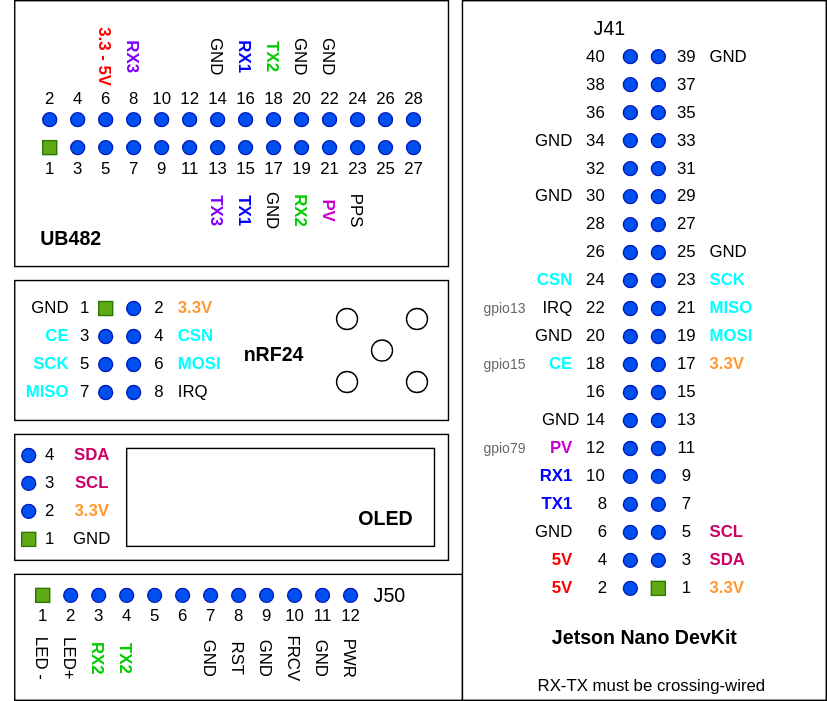
Earlier version of the draw.io export docs/design/rover-wiring.drawio.svg (mfkiwl/lidar-mapping-poc). Source tidied: cells renumbered, new cells last; positions are measured from the earlier drawing's top-left corner, leaving out a move shared by most shapes.
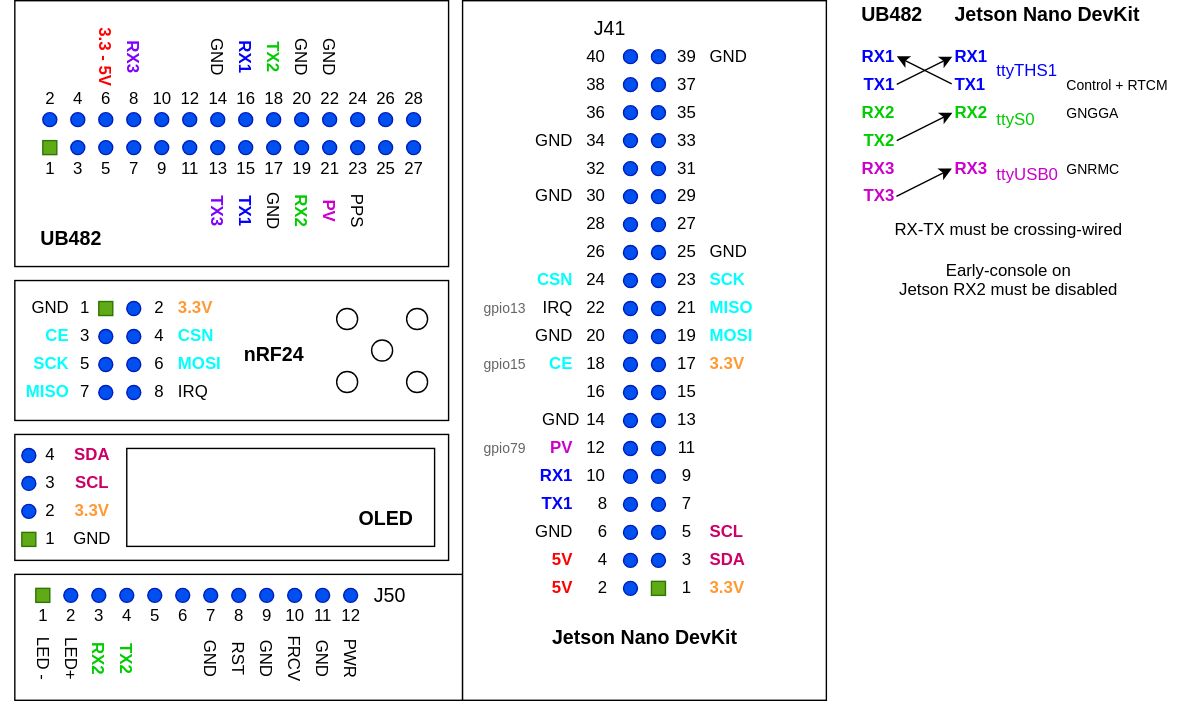
Later version of the same file.

What changed in the source:
```diff
@@ -794,8 +794,77 @@
     <mxCell id="265" value="GND" style="text;html=1;align=left;verticalAlign=middle;strokeColor=none;" parent="1" vertex="1">
       <mxGeometry x="505" y="30" width="40" height="20" as="geometry" />
     </mxCell>
-    <mxCell id="266" value="RX-TX must be crossing-wired" style="text;html=1;align=center;verticalAlign=middle;strokeColor=none;" parent="1" vertex="1">
-      <mxGeometry x="375" y="480" width="180" height="20" as="geometry" />
+    <mxCell id="266" value="RX-TX must be crossing-wired&lt;br&gt;&lt;br&gt;Early-console on &lt;br&gt;Jetson RX2 must be disabled" style="text;html=1;align=center;verticalAlign=middle;strokeColor=none;" parent="1" vertex="1">
+      <mxGeometry x="630" y="155" width="180" height="60" as="geometry" />
     </mxCell>
+    <mxCell id="267" value="RX1" style="text;html=1;align=right;verticalAlign=middle;points=[];strokeColor=none;fontColor=#0000FF;fontStyle=1;" parent="1" vertex="1">
+      <mxGeometry x="600" y="30" width="40" height="20" as="geometry" />
+    </mxCell>
+    <mxCell id="268" value="TX1" style="text;html=1;align=right;verticalAlign=middle;points=[];strokeColor=none;fontColor=#0000FF;fontStyle=1;" parent="1" vertex="1">
+      <mxGeometry x="600" y="50" width="40" height="20" as="geometry" />
+    </mxCell>
+    <mxCell id="269" value="RX1" style="text;html=1;align=left;verticalAlign=middle;points=[];strokeColor=none;fontColor=#0000FF;fontStyle=1;" parent="1" vertex="1">
+      <mxGeometry x="680" y="30" width="40" height="20" as="geometry" />
+    </mxCell>
+    <mxCell id="270" value="TX1" style="text;html=1;align=left;verticalAlign=middle;points=[];strokeColor=none;fontColor=#0000FF;fontStyle=1;" parent="1" vertex="1">
+      <mxGeometry x="680" y="50" width="40" height="20" as="geometry" />
+    </mxCell>
+    <mxCell id="271" value="RX2" style="text;html=1;align=right;verticalAlign=middle;strokeColor=none;fontStyle=1;fontColor=#00CC00;" parent="1" vertex="1">
+      <mxGeometry x="600" y="70" width="40" height="20" as="geometry" />
+    </mxCell>
+    <mxCell id="272" value="TX2" style="text;html=1;align=right;verticalAlign=middle;strokeColor=none;fontStyle=1;fontColor=#00CC00;" parent="1" vertex="1">
+      <mxGeometry x="600" y="90" width="40" height="20" as="geometry" />
+    </mxCell>
+    <mxCell id="273" value="RX3" style="text;html=1;align=right;verticalAlign=middle;strokeColor=none;fontStyle=1;fontColor=#CC00CC;" parent="1" vertex="1">
+      <mxGeometry x="600" y="110" width="40" height="20" as="geometry" />
+    </mxCell>
+    <mxCell id="274" value="TX3" style="text;html=1;align=right;verticalAlign=middle;points=[];strokeColor=none;fontStyle=1;fontColor=#CC00CC;" parent="1" vertex="1">
+      <mxGeometry x="600" y="130" width="40" height="20" as="geometry" />
+    </mxCell>
+    <mxCell id="275" value="RX3" style="text;html=1;align=left;verticalAlign=middle;points=[];strokeColor=none;fontStyle=1;fontColor=#CC00CC;" parent="1" vertex="1">
+      <mxGeometry x="680" y="110" width="40" height="20" as="geometry" />
+    </mxCell>
+    <mxCell id="276" value="ttyUSB0" style="text;html=1;align=left;verticalAlign=middle;strokeColor=none;fontStyle=0;fontColor=#CC00CC;" parent="1" vertex="1">
+      <mxGeometry x="710" y="115" width="60" height="20" as="geometry" />
+    </mxCell>
+    <mxCell id="277" value="ttyS0" style="text;html=1;align=left;verticalAlign=middle;strokeColor=none;fontStyle=0;fontColor=#00CC00;" parent="1" vertex="1">
+      <mxGeometry x="710" y="75" width="40" height="20" as="geometry" />
+    </mxCell>
+    <mxCell id="278" value="ttyTHS1" style="text;html=1;align=left;verticalAlign=middle;strokeColor=none;fontColor=#0000FF;fontStyle=0;" parent="1" vertex="1">
+      <mxGeometry x="710" y="40" width="60" height="20" as="geometry" />
+    </mxCell>
+    <mxCell id="279" value="UB482" style="text;html=1;align=right;verticalAlign=middle;strokeColor=none;fontStyle=1;fontSize=14;" parent="1" vertex="1">
+      <mxGeometry x="600" width="60" height="20" as="geometry" />
+    </mxCell>
+    <mxCell id="280" value="Jetson Nano DevKit" style="text;html=1;align=left;verticalAlign=middle;strokeColor=none;fontSize=14;fontStyle=1;rotation=0;" parent="1" vertex="1">
+      <mxGeometry x="680" width="150" height="20" as="geometry" />
+    </mxCell>
+    <mxCell id="281" style="endArrow=none;html=1;fontColor=#CC00CC;entryX=-0.011;entryY=0.471;entryDx=0;entryDy=0;entryPerimeter=0;startArrow=classic;startFill=1;exitX=1.008;exitY=0.488;exitDx=0;exitDy=0;exitPerimeter=0;" parent="1" edge="1" source="267" target="270">
+      <mxGeometry relative="1" as="geometry" />
+    </mxCell>
+    <mxCell id="282" style="endArrow=classic;html=1;fontColor=#CC00CC;exitX=1.008;exitY=0.494;exitDx=0;exitDy=0;exitPerimeter=0;entryX=0;entryY=0.499;entryDx=0;entryDy=0;entryPerimeter=0;endFill=1;" parent="1" edge="1" source="268" target="269">
+      <mxGeometry relative="1" as="geometry" />
+    </mxCell>
+    <mxCell id="283" style="endArrow=classic;html=1;fontColor=#CC00CC;exitX=1.002;exitY=0.488;exitDx=0;exitDy=0;exitPerimeter=0;entryX=-0.009;entryY=0.499;entryDx=0;entryDy=0;entryPerimeter=0;endFill=1;" parent="1" edge="1" source="274" target="275">
+      <mxGeometry relative="1" as="geometry" />
+    </mxCell>
+    <mxCell id="284" value="GNGGA" style="text;html=1;align=left;verticalAlign=middle;strokeColor=none;fontSize=10;" parent="1" vertex="1">
+      <mxGeometry x="760" y="70" width="50" height="20" as="geometry" />
+    </mxCell>
+    <mxCell id="285" value="GNRMC" style="text;html=1;align=left;verticalAlign=middle;strokeColor=none;fontSize=10;" parent="1" vertex="1">
+      <mxGeometry x="760" y="110" width="50" height="20" as="geometry" />
+    </mxCell>
+    <mxCell id="286" value="Control + RTCM" style="text;html=1;align=left;verticalAlign=middle;strokeColor=none;fontSize=10;" parent="1" vertex="1">
+      <mxGeometry x="760" y="50" width="90" height="20" as="geometry" />
+    </mxCell>
+    <mxCell id="287" style="endArrow=classic;html=1;fontColor=#CC00CC;exitX=1.008;exitY=0.494;exitDx=0;exitDy=0;exitPerimeter=0;entryX=0;entryY=0.499;entryDx=0;entryDy=0;entryPerimeter=0;endFill=1;" parent="1" edge="1">
+      <mxGeometry relative="1" as="geometry">
+        <mxPoint x="640.3" y="100" as="sourcePoint" />
+        <mxPoint x="680" y="80.1" as="targetPoint" />
+      </mxGeometry>
+    </mxCell>
+    <mxCell id="288" value="RX2" style="text;html=1;align=left;verticalAlign=middle;strokeColor=none;fontStyle=1;fontColor=#00CC00;" parent="1" vertex="1">
+      <mxGeometry x="680" y="70" width="40" height="20" as="geometry" />
+    </mxCell>
   </root>
 </mxGraphModel>
```
